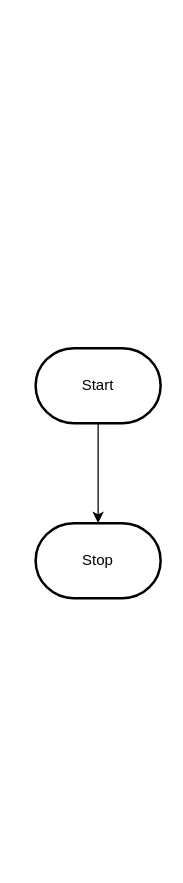
Before: design/flowchart.drawio in MTHS-ICD2O-1-2023/ICD2O-Unit-5-06-George-Khalil-29, a draw.io diagram. Source tidied: cells renumbered, new cells numbered last; positions are measured from the earlier drawing's top-left corner, leaving out a move shared by most shapes. Both pictures are drawn from the tidied source at 125%, with x=0, y=0 at pixel (35, 348).
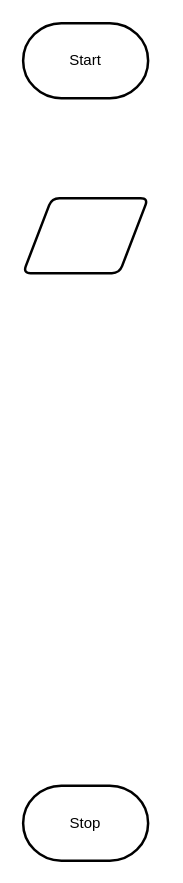
Above is the later version.

What changed in the source:
```diff
@@
 <mxGraphModel>
   <root>
     <mxCell id="0" />
     <mxCell id="1" parent="0" />
-    <mxCell id="2" style="edgeStyle=orthogonalEdgeStyle;html=1;rounded=0;" parent="1" edge="1" source="3" target="4">
-      <mxGeometry relative="1" as="geometry" />
-    </mxCell>
     <mxCell id="3" value="Start" style="strokeWidth=2;html=1;shape=mxgraph.flowchart.terminator;whiteSpace=wrap;" parent="1" vertex="1">
-      <mxGeometry width="100" height="60" as="geometry" />
+      <mxGeometry x="-10" y="-260" width="100" height="60" as="geometry" />
     </mxCell>
     <mxCell id="4" value="Stop" style="strokeWidth=2;html=1;shape=mxgraph.flowchart.terminator;whiteSpace=wrap;" parent="1" vertex="1">
-      <mxGeometry y="140" width="100" height="60" as="geometry" />
+      <mxGeometry x="-10" y="350" width="100" height="60" as="geometry" />
     </mxCell>
+    <mxCell id="2" style="shape=parallelogram;html=1;strokeWidth=2;perimeter=parallelogramPerimeter;whiteSpace=wrap;rounded=1;arcSize=12;size=0.23;" parent="1" vertex="1">
+      <mxGeometry x="-10" y="-120" width="100" height="60" as="geometry" />
+    </mxCell>
   </root>
 </mxGraphModel>
```
